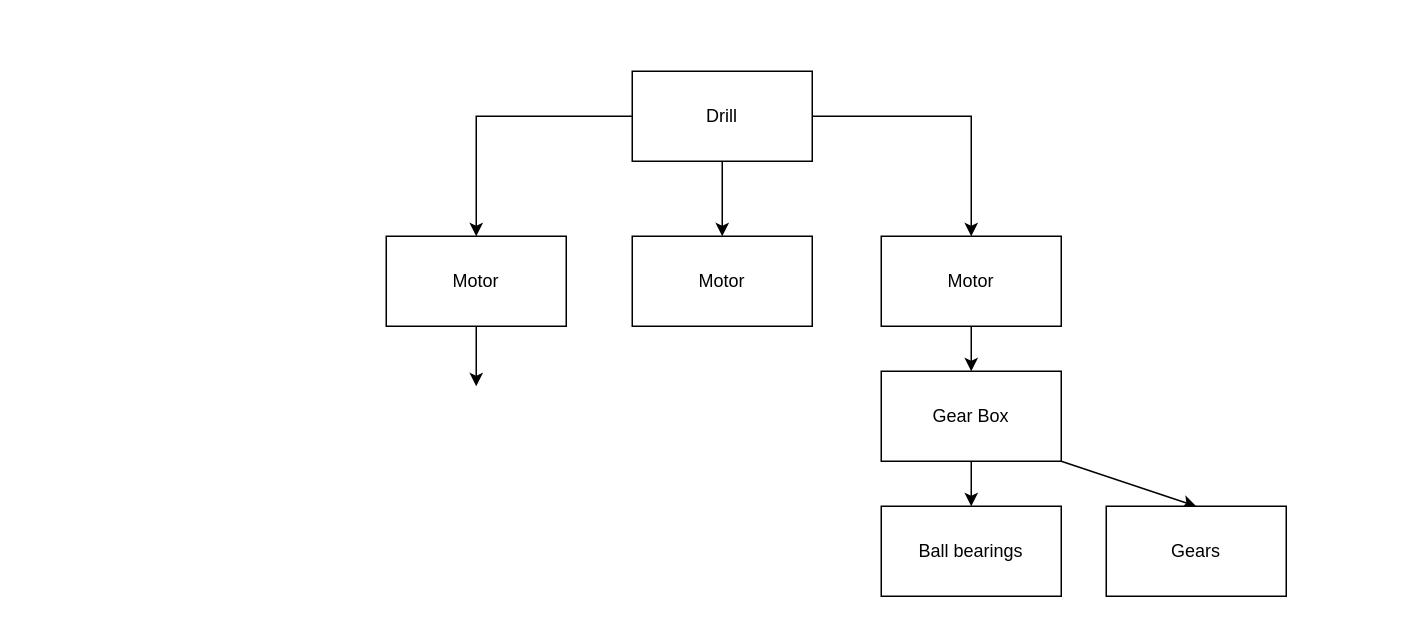
Earlier version of the draw.io diagram drawio/isMagic.drawio (Peter-Gemmell/ics4u-Unit3-05-typescript). Source tidied: cells renumbered, new cells numbered last; positions are measured from the earlier drawing's top-left corner, leaving out a move shared by most shapes. Both pictures are drawn from the tidied source at 150%, with x=0, y=0 at pixel (386, 70).
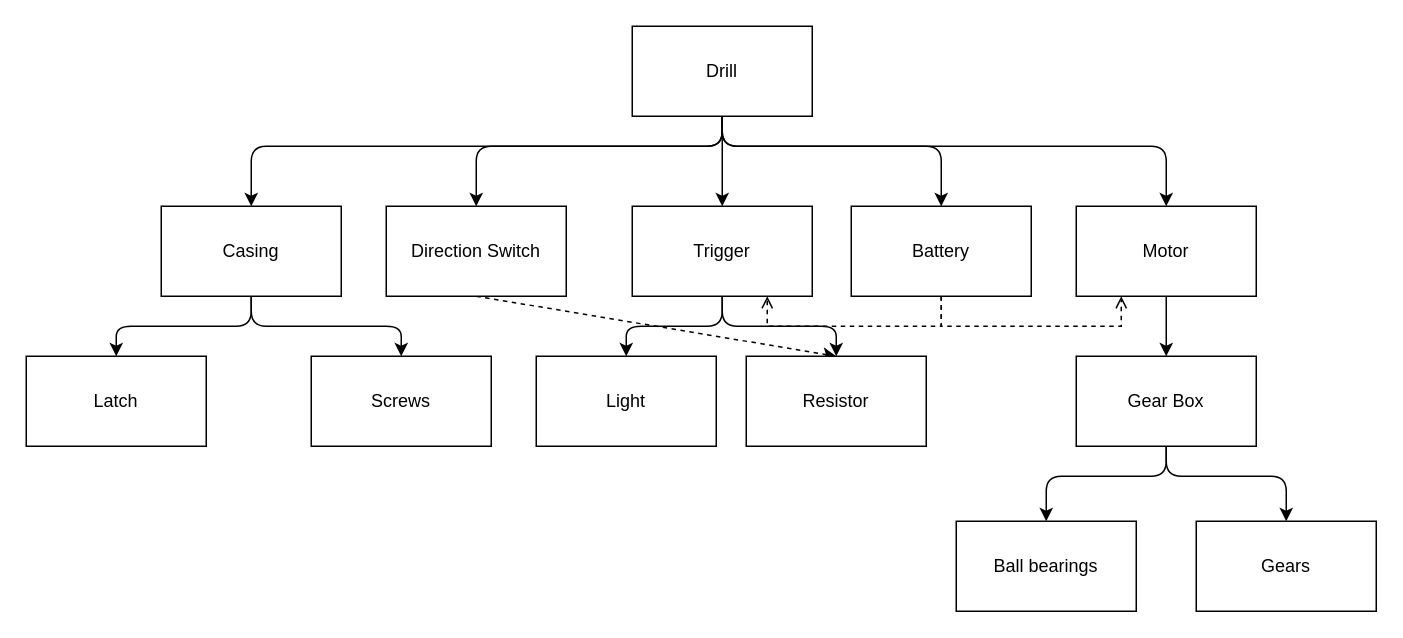
The same diagram, later.

Change to the diagram source:
```diff
@@
+    <mxCell id="4" style="edgeStyle=none;html=1;exitX=0.5;exitY=1;exitDx=0;exitDy=0;entryX=0.5;entryY=0;entryDx=0;entryDy=0;" parent="1" edge="1" source="5" target="10">
+      <mxGeometry relative="1" as="geometry">
+        <Array as="points">
+          <mxPoint x="224" y="50" />
+          <mxPoint x="-90" y="50" />
+        </Array>
+      </mxGeometry>
+    </mxCell>
     <mxCell id="2" style="edgeStyle=none;html=1;exitX=0.5;exitY=1;exitDx=0;exitDy=0;entryX=0.5;entryY=0;entryDx=0;entryDy=0;" parent="1" edge="1" source="5" target="6">
-      <mxGeometry relative="1" as="geometry" />
+      <mxGeometry relative="1" as="geometry">
+        <Array as="points">
+          <mxPoint x="224" y="50" />
+          <mxPoint x="60" y="50" />
+        </Array>
+      </mxGeometry>
     </mxCell>
+    <mxCell id="16" style="edgeStyle=none;html=1;exitX=0.5;exitY=1;exitDx=0;exitDy=0;entryX=0.5;entryY=0;entryDx=0;entryDy=0;" parent="1" edge="1" source="5" target="23">
+      <mxGeometry relative="1" as="geometry" />
+    </mxCell>
+    <mxCell id="17" style="edgeStyle=none;html=1;exitX=0.5;exitY=1;exitDx=0;exitDy=0;entryX=0.5;entryY=0;entryDx=0;entryDy=0;" parent="1" edge="1" source="5" target="30">
+      <mxGeometry relative="1" as="geometry">
+        <Array as="points">
+          <mxPoint x="224" y="50" />
+          <mxPoint x="370" y="50" />
+        </Array>
+      </mxGeometry>
+    </mxCell>
-    <mxCell id="3" style="edgeStyle=none;html=1;entryX=0.5;entryY=0;entryDx=0;entryDy=0;rounded=0;" parent="1" edge="1" source="5" target="8">
+    <mxCell id="3" style="edgeStyle=none;html=1;exitX=0.5;exitY=1;exitDx=0;exitDy=0;entryX=0.5;entryY=0;entryDx=0;entryDy=0;" parent="1" edge="1" source="5" target="8">
       <mxGeometry relative="1" as="geometry">
         <Array as="points">
-          <mxPoint x="390" y="30" />
+          <mxPoint x="224" y="50" />
+          <mxPoint x="520" y="50" />
         </Array>
       </mxGeometry>
     </mxCell>
-    <mxCell id="4" style="edgeStyle=none;html=1;entryX=0.5;entryY=0;entryDx=0;entryDy=0;exitX=0;exitY=0.5;exitDx=0;exitDy=0;rounded=0;" parent="1" edge="1" source="5" target="10">
-      <mxGeometry relative="1" as="geometry">
-        <Array as="points">
-          <mxPoint x="60" y="30" />
-        </Array>
-      </mxGeometry>
-    </mxCell>
     <mxCell id="5" value="Drill" style="rounded=0;whiteSpace=wrap;html=1;" parent="1" vertex="1">
-      <mxGeometry x="164" width="120" height="60" as="geometry" />
+      <mxGeometry x="164" y="-30" width="120" height="60" as="geometry" />
     </mxCell>
+    <mxCell id="18" style="edgeStyle=none;html=1;exitX=0.5;exitY=1;exitDx=0;exitDy=0;entryX=0.5;entryY=0;entryDx=0;entryDy=0;dashed=1;" parent="1" edge="1" source="6" target="25">
+      <mxGeometry relative="1" as="geometry" />
+    </mxCell>
-    <mxCell id="6" value="Motor" style="rounded=0;whiteSpace=wrap;html=1;" parent="1" vertex="1">
-      <mxGeometry x="164" y="110" width="120" height="60" as="geometry" />
+    <mxCell id="6" value="Direction Switch" style="rounded=0;whiteSpace=wrap;html=1;" parent="1" vertex="1">
+      <mxGeometry y="90" width="120" height="60" as="geometry" />
     </mxCell>
@@
     <mxCell id="8" value="Motor" style="rounded=0;whiteSpace=wrap;html=1;" parent="1" vertex="1">
-      <mxGeometry x="330" y="110" width="120" height="60" as="geometry" />
+      <mxGeometry x="460" y="90" width="120" height="60" as="geometry" />
     </mxCell>
-    <mxCell id="9" style="edgeStyle=none;html=1;exitX=0.5;exitY=1;exitDx=0;exitDy=0;" parent="1" edge="1" source="10">
-      <mxGeometry relative="1" as="geometry">
-        <mxPoint x="60" y="210" as="targetPoint" />
-      </mxGeometry>
-    </mxCell>
+    <mxCell id="19" style="edgeStyle=none;html=1;exitX=0.5;exitY=1;exitDx=0;exitDy=0;entryX=0.5;entryY=0;entryDx=0;entryDy=0;" parent="1" edge="1" source="10" target="27">
+      <mxGeometry relative="1" as="geometry">
+        <Array as="points">
+          <mxPoint x="-90" y="170" />
+          <mxPoint x="-180" y="170" />
+        </Array>
+      </mxGeometry>
+    </mxCell>
+    <mxCell id="20" style="edgeStyle=none;html=1;entryX=0.5;entryY=0;entryDx=0;entryDy=0;exitX=0.5;exitY=1;exitDx=0;exitDy=0;" parent="1" edge="1" source="10" target="26">
+      <mxGeometry relative="1" as="geometry">
+        <Array as="points">
+          <mxPoint x="-90" y="170" />
+          <mxPoint x="10" y="170" />
+        </Array>
+      </mxGeometry>
+    </mxCell>
-    <mxCell id="10" value="Motor" style="rounded=0;whiteSpace=wrap;html=1;" parent="1" vertex="1">
-      <mxGeometry y="110" width="120" height="60" as="geometry" />
+    <mxCell id="10" value="Casing" style="rounded=0;whiteSpace=wrap;html=1;" parent="1" vertex="1">
+      <mxGeometry x="-150" y="90" width="120" height="60" as="geometry" />
     </mxCell>
-    <mxCell id="11" style="edgeStyle=none;html=1;entryX=0.5;entryY=0;entryDx=0;entryDy=0;" parent="1" edge="1" source="13" target="14">
-      <mxGeometry relative="1" as="geometry" />
+    <mxCell id="11" style="edgeStyle=none;html=1;exitX=0.5;exitY=1;exitDx=0;exitDy=0;entryX=0.5;entryY=0;entryDx=0;entryDy=0;" parent="1" edge="1" source="13" target="14">
+      <mxGeometry relative="1" as="geometry">
+        <Array as="points">
+          <mxPoint x="520" y="270" />
+          <mxPoint x="440" y="270" />
+        </Array>
+      </mxGeometry>
     </mxCell>
-    <mxCell id="12" style="edgeStyle=none;html=1;exitX=1;exitY=1;exitDx=0;exitDy=0;entryX=0.5;entryY=0;entryDx=0;entryDy=0;" parent="1" edge="1" source="13" target="15">
-      <mxGeometry relative="1" as="geometry" />
+    <mxCell id="12" style="edgeStyle=none;html=1;entryX=0.5;entryY=0;entryDx=0;entryDy=0;exitX=0.5;exitY=1;exitDx=0;exitDy=0;" parent="1" edge="1" source="13" target="15">
+      <mxGeometry relative="1" as="geometry">
+        <Array as="points">
+          <mxPoint x="520" y="270" />
+          <mxPoint x="600" y="270" />
+        </Array>
+      </mxGeometry>
     </mxCell>
     <mxCell id="13" value="Gear Box" style="rounded=0;whiteSpace=wrap;html=1;" parent="1" vertex="1">
-      <mxGeometry x="330" y="200" width="120" height="60" as="geometry" />
+      <mxGeometry x="460" y="190" width="120" height="60" as="geometry" />
     </mxCell>
     <mxCell id="14" value="Ball bearings" style="rounded=0;whiteSpace=wrap;html=1;" parent="1" vertex="1">
-      <mxGeometry x="330" y="290" width="120" height="60" as="geometry" />
+      <mxGeometry x="380" y="300" width="120" height="60" as="geometry" />
     </mxCell>
     <mxCell id="15" value="Gears" style="rounded=0;whiteSpace=wrap;html=1;" parent="1" vertex="1">
-      <mxGeometry x="480" y="290" width="120" height="60" as="geometry" />
+      <mxGeometry x="540" y="300" width="120" height="60" as="geometry" />
     </mxCell>
+    <mxCell id="21" style="edgeStyle=none;html=1;exitX=0.5;exitY=1;exitDx=0;exitDy=0;entryX=0.5;entryY=0;entryDx=0;entryDy=0;" parent="1" edge="1" source="23" target="24">
+      <mxGeometry relative="1" as="geometry">
+        <Array as="points">
+          <mxPoint x="224" y="170" />
+          <mxPoint x="160" y="170" />
+        </Array>
+      </mxGeometry>
+    </mxCell>
+    <mxCell id="22" style="edgeStyle=none;html=1;entryX=0.5;entryY=0;entryDx=0;entryDy=0;exitX=0.5;exitY=1;exitDx=0;exitDy=0;" parent="1" edge="1" source="23" target="25">
+      <mxGeometry relative="1" as="geometry">
+        <Array as="points">
+          <mxPoint x="224" y="170" />
+          <mxPoint x="300" y="170" />
+        </Array>
+      </mxGeometry>
+    </mxCell>
+    <mxCell id="23" value="Trigger" style="rounded=0;whiteSpace=wrap;html=1;" parent="1" vertex="1">
+      <mxGeometry x="164" y="90" width="120" height="60" as="geometry" />
+    </mxCell>
+    <mxCell id="24" value="Light" style="rounded=0;whiteSpace=wrap;html=1;" parent="1" vertex="1">
+      <mxGeometry x="100" y="190" width="120" height="60" as="geometry" />
+    </mxCell>
+    <mxCell id="25" value="Resistor" style="rounded=0;whiteSpace=wrap;html=1;" parent="1" vertex="1">
+      <mxGeometry x="240" y="190" width="120" height="60" as="geometry" />
+    </mxCell>
+    <mxCell id="26" value="Screws" style="rounded=0;whiteSpace=wrap;html=1;" parent="1" vertex="1">
+      <mxGeometry x="-50" y="190" width="120" height="60" as="geometry" />
+    </mxCell>
+    <mxCell id="27" value="Latch" style="rounded=0;whiteSpace=wrap;html=1;" parent="1" vertex="1">
+      <mxGeometry x="-240" y="190" width="120" height="60" as="geometry" />
+    </mxCell>
+    <mxCell id="28" style="edgeStyle=none;html=1;exitX=0.5;exitY=1;exitDx=0;exitDy=0;entryX=0.25;entryY=1;entryDx=0;entryDy=0;rounded=0;dashed=1;endArrow=open;endFill=0;" parent="1" edge="1" source="30" target="8">
+      <mxGeometry relative="1" as="geometry">
+        <Array as="points">
+          <mxPoint x="370" y="170" />
+          <mxPoint x="490" y="170" />
+        </Array>
+      </mxGeometry>
+    </mxCell>
+    <mxCell id="29" style="edgeStyle=none;rounded=0;html=1;exitX=0.5;exitY=1;exitDx=0;exitDy=0;entryX=0.75;entryY=1;entryDx=0;entryDy=0;dashed=1;endArrow=open;endFill=0;" parent="1" edge="1" source="30" target="23">
+      <mxGeometry relative="1" as="geometry">
+        <Array as="points">
+          <mxPoint x="370" y="170" />
+          <mxPoint x="254" y="170" />
+        </Array>
+      </mxGeometry>
+    </mxCell>
+    <mxCell id="30" value="Battery" style="rounded=0;whiteSpace=wrap;html=1;" parent="1" vertex="1">
+      <mxGeometry x="310" y="90" width="120" height="60" as="geometry" />
+    </mxCell>
```
